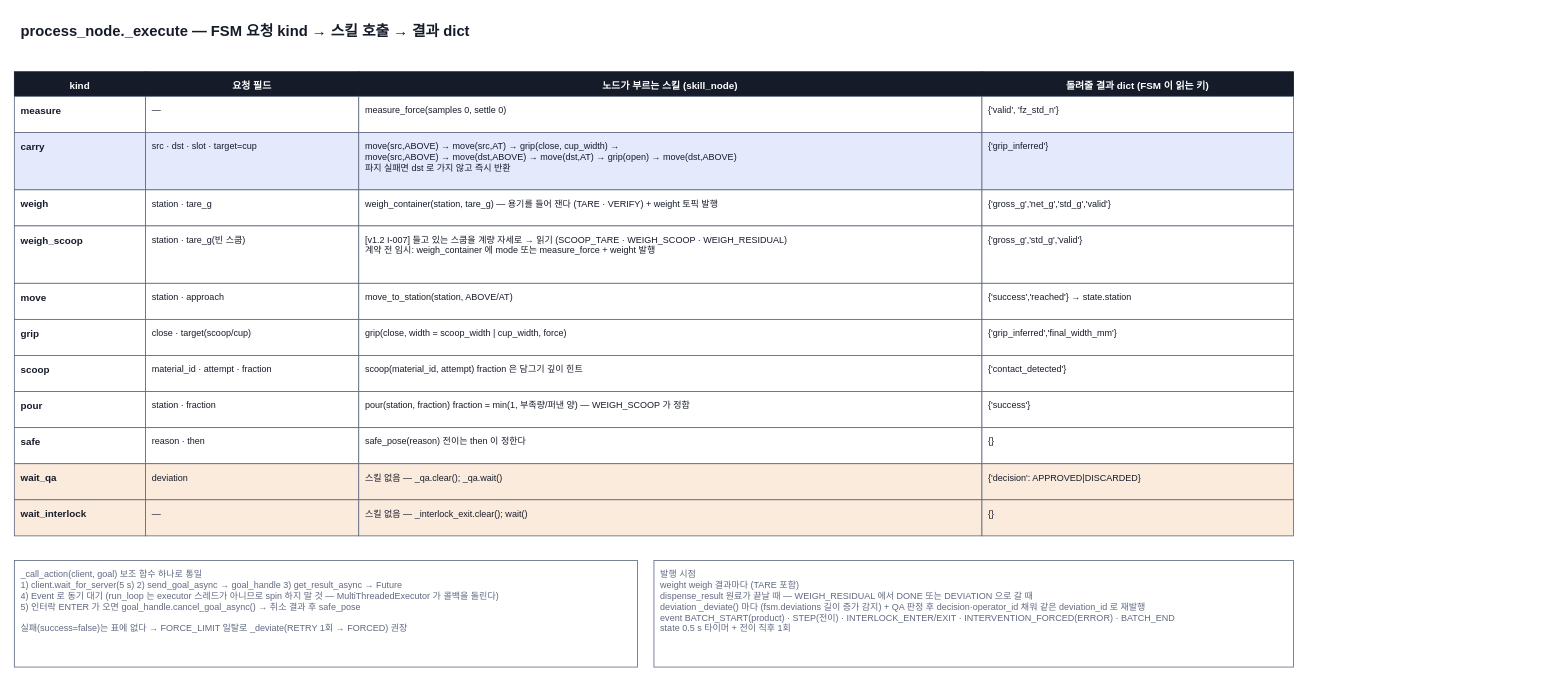
Earlier version of the draw.io diagram page "3 요청↔스킬 번역 (_execute)" (3 of 4) of docs/diagrams/process_flow.drawio (Jik-Kim/auto-pharmacist). Source tidied: cells renumbered, new cells numbered last; positions are measured from the earlier drawing's top-left corner, leaving out a move shared by most shapes. Both pictures are drawn from the tidied source at 82%, with x=0, y=0 at pixel (14, 14).
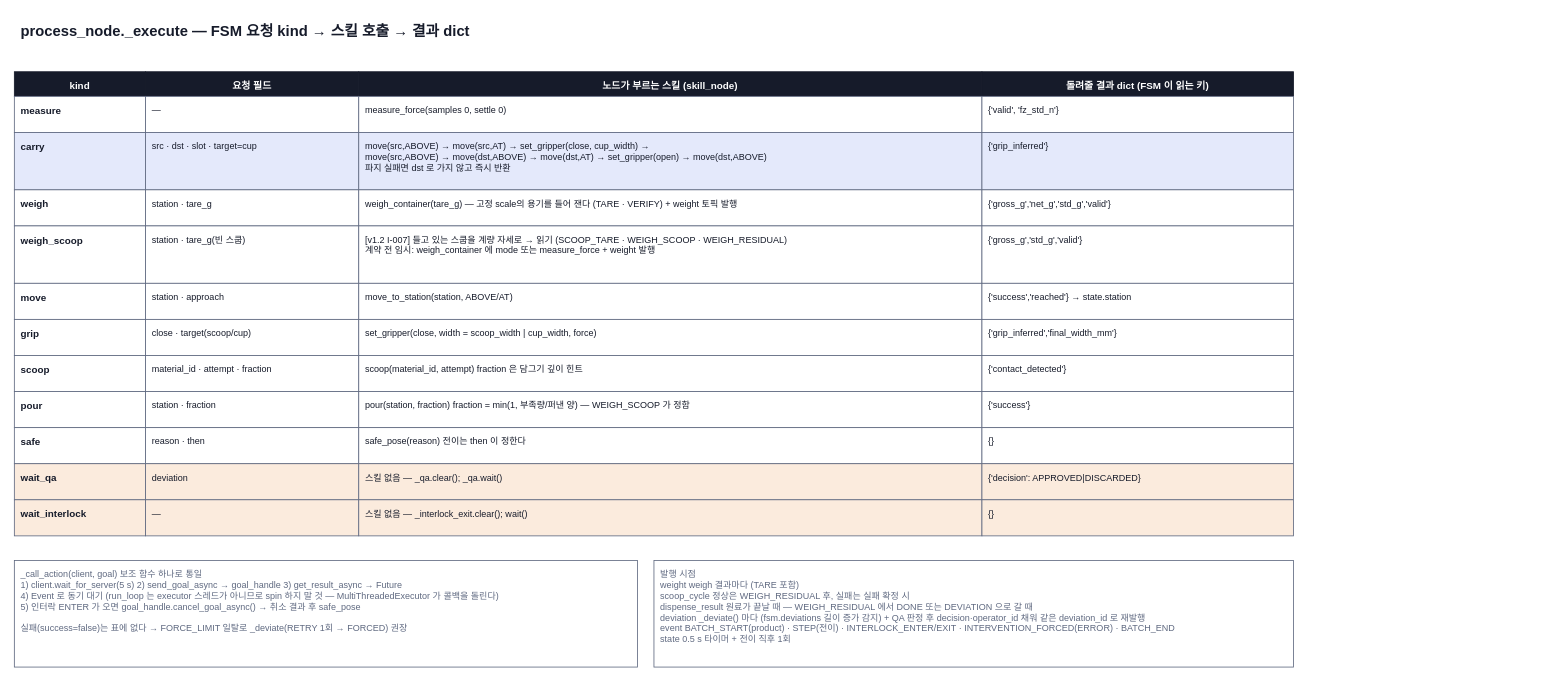
After the change.

Diff of the diagram source:
```diff
@@
-    <mxCell id="13" value="move(src,ABOVE) → move(src,AT) → grip(close, cup_width) →&lt;br&gt;move(src,ABOVE) → move(dst,ABOVE) → move(dst,AT) → grip(open) → move(dst,ABOVE)&lt;br&gt;파지 실패면 dst 로 가지 않고 즉시 반환" style="rounded=0;whiteSpace=wrap;html=1;fillColor=#E4E9FB;strokeColor=#5F6980;fontColor=#161B2A;fontSize=11;align=left;verticalAlign=top;spacingTop=4;spacingLeft=6;spacingRight=6;" parent="1" vertex="1">
+    <mxCell id="13" value="move(src,ABOVE) → move(src,AT) → set_gripper(close, cup_width) →&lt;br&gt;move(src,ABOVE) → move(dst,ABOVE) → move(dst,AT) → set_gripper(open) → move(dst,ABOVE)&lt;br&gt;파지 실패면 dst 로 가지 않고 즉시 반환" style="rounded=0;whiteSpace=wrap;html=1;fillColor=#E4E9FB;strokeColor=#5F6980;fontColor=#161B2A;fontSize=11;align=left;verticalAlign=top;spacingTop=4;spacingLeft=6;spacingRight=6;" parent="1" vertex="1">
       <mxGeometry x="420" y="144" width="760" height="70" as="geometry" />
     </mxCell>
@@
-    <mxCell id="17" value="weigh_container(station, tare_g) — 용기를 들어 잰다 (TARE · VERIFY)  + weight 토픽 발행" style="rounded=0;whiteSpace=wrap;html=1;fillColor=#FFFFFF;strokeColor=#5F6980;fontColor=#161B2A;fontSize=11;align=left;verticalAlign=top;spacingTop=4;spacingLeft=6;spacingRight=6;" parent="1" vertex="1">
+    <mxCell id="17" value="weigh_container(tare_g) — 고정 scale의 용기를 들어 잰다 (TARE · VERIFY) + weight 토픽 발행" style="rounded=0;whiteSpace=wrap;html=1;fillColor=#FFFFFF;strokeColor=#5F6980;fontColor=#161B2A;fontSize=11;align=left;verticalAlign=top;spacingTop=4;spacingLeft=6;spacingRight=6;" parent="1" vertex="1">
       <mxGeometry x="420" y="214" width="760" height="44" as="geometry" />
     </mxCell>
@@
-    <mxCell id="29" value="grip(close, width = scoop_width | cup_width, force)" style="rounded=0;whiteSpace=wrap;html=1;fillColor=#FFFFFF;strokeColor=#5F6980;fontColor=#161B2A;fontSize=11;align=left;verticalAlign=top;spacingTop=4;spacingLeft=6;spacingRight=6;" parent="1" vertex="1">
+    <mxCell id="29" value="set_gripper(close, width = scoop_width | cup_width, force)" style="rounded=0;whiteSpace=wrap;html=1;fillColor=#FFFFFF;strokeColor=#5F6980;fontColor=#161B2A;fontSize=11;align=left;verticalAlign=top;spacingTop=4;spacingLeft=6;spacingRight=6;" parent="1" vertex="1">
       <mxGeometry x="420" y="372" width="760" height="44" as="geometry" />
     </mxCell>
@@
-    <mxCell id="52" value="발행 시점&lt;br&gt;  weight            weigh 결과마다 (TARE 포함)&lt;br&gt;  dispense_result   원료가 끝날 때 — WEIGH_RESIDUAL 에서 DONE 또는 DEVIATION 으로 갈 때&lt;br&gt;  deviation         _deviate() 마다 (fsm.deviations 길이 증가 감지) + QA 판정 후 decision·operator_id 채워 같은 deviation_id 로 재발행&lt;br&gt;  event             BATCH_START(product) · STEP(전이) · INTERLOCK_ENTER/EXIT · INTERVENTION_FORCED(ERROR) · BATCH_END&lt;br&gt;  state             0.5 s 타이머 + 전이 직후 1회" style="rounded=0;whiteSpace=wrap;html=1;fillColor=#FFFFFF;strokeColor=#5F6980;fontColor=#5F6980;fontSize=11;align=left;verticalAlign=top;spacingTop=4;spacingLeft=6;spacingRight=6;" parent="1" vertex="1">
+    <mxCell id="52" value="발행 시점&lt;br&gt;  weight            weigh 결과마다 (TARE 포함)&lt;br&gt;  scoop_cycle       정상은 WEIGH_RESIDUAL 후, 실패는 실패 확정 시&lt;br&gt;  dispense_result   원료가 끝날 때 — WEIGH_RESIDUAL 에서 DONE 또는 DEVIATION 으로 갈 때&lt;br&gt;  deviation         _deviate() 마다 (fsm.deviations 길이 증가 감지) + QA 판정 후 decision·operator_id 채워 같은 deviation_id 로 재발행&lt;br&gt;  event             BATCH_START(product) · STEP(전이) · INTERLOCK_ENTER/EXIT · INTERVENTION_FORCED(ERROR) · BATCH_END&lt;br&gt;  state             0.5 s 타이머 + 전이 직후 1회" style="rounded=0;whiteSpace=wrap;html=1;fillColor=#FFFFFF;strokeColor=#5F6980;fontColor=#5F6980;fontSize=11;align=left;verticalAlign=top;spacingTop=4;spacingLeft=6;spacingRight=6;" parent="1" vertex="1">
       <mxGeometry x="780" y="666" width="780" height="130" as="geometry" />
     </mxCell>
```
